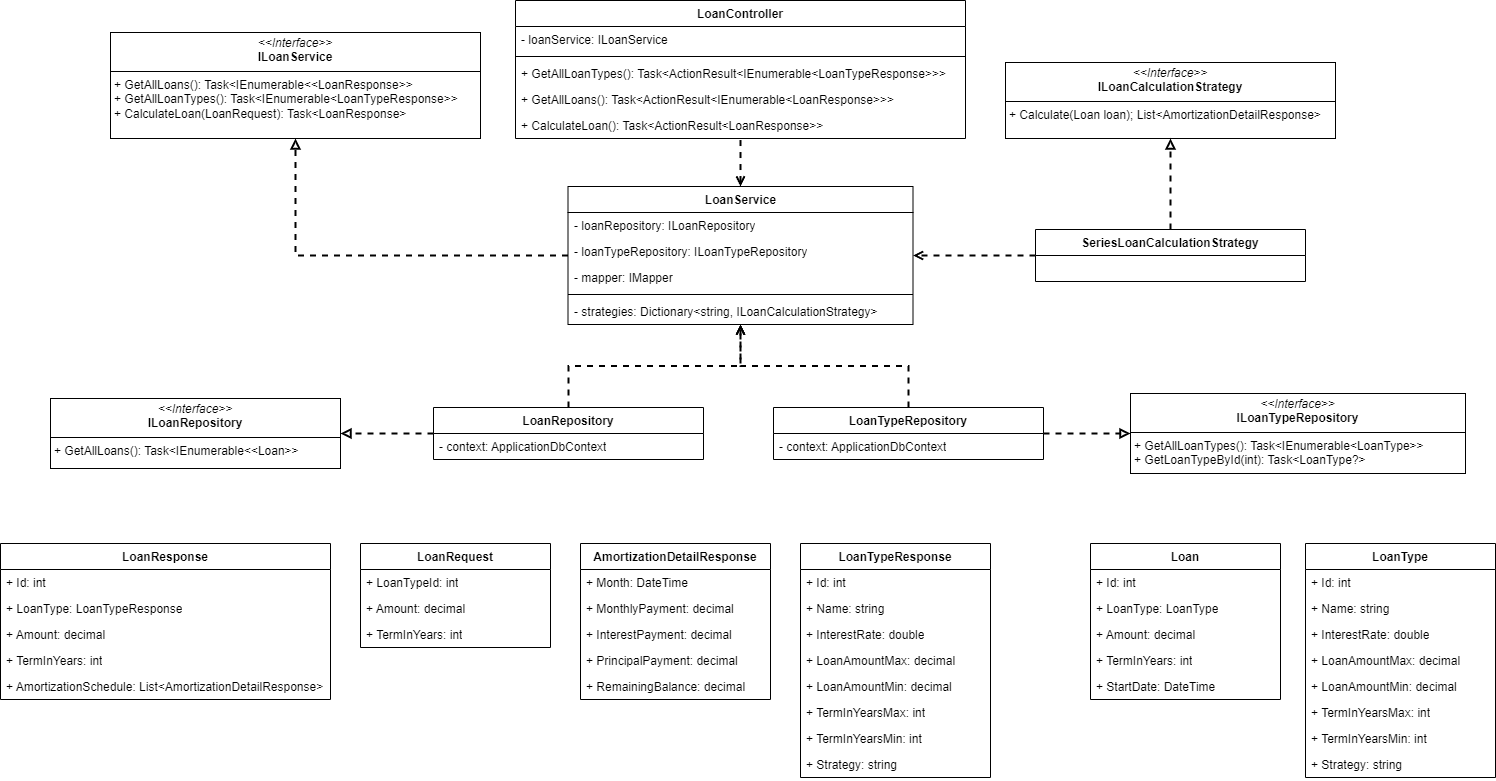
Before: images/API-layers.png, a diagram exported from draw.io (1tobyloby1/aritma_task). Source tidied: cells renumbered, new cells last; positions are measured from the earlier drawing's top-left corner, leaving out a move shared by most shapes.
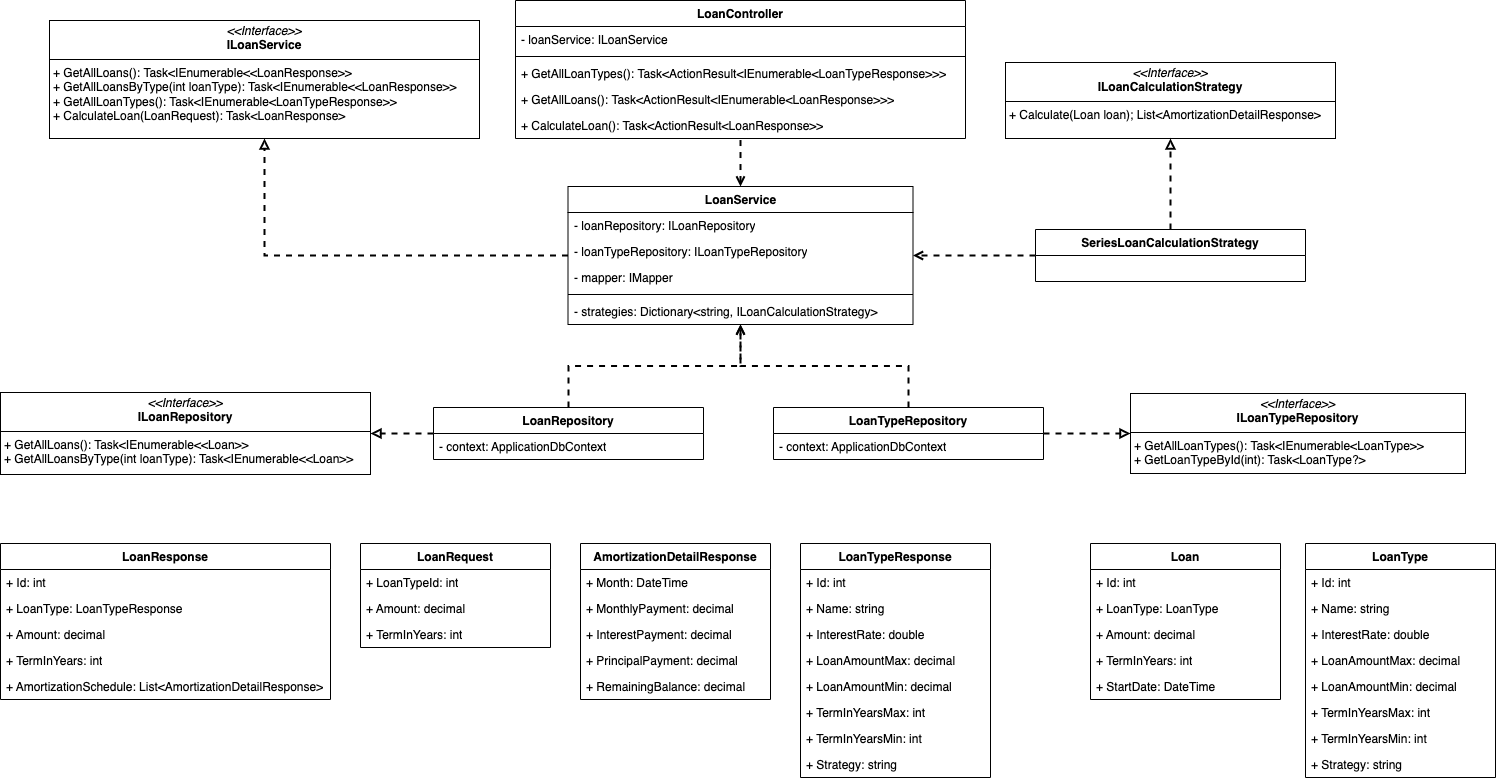
Later version of the same file.

Commit message:
Added loanType query filtering

Diff of the diagram source:
```diff
@@ -71,11 +71,11 @@
     <mxCell id="24" value="- context: ApplicationDbContext" style="text;strokeColor=none;fillColor=none;align=left;verticalAlign=top;spacingLeft=4;spacingRight=4;overflow=hidden;whiteSpace=wrap;html=1;" parent="23" vertex="1">
       <mxGeometry y="26" width="270" height="26" as="geometry" />
     </mxCell>
-    <mxCell id="25" value="&lt;p style=&quot;margin:0px;margin-top:4px;text-align:center;&quot;&gt;&lt;i&gt;&amp;lt;&amp;lt;Interface&amp;gt;&amp;gt;&lt;/i&gt;&lt;br&gt;&lt;span style=&quot;font-weight: 700;&quot;&gt;ILoanRepository&lt;/span&gt;&lt;br&gt;&lt;/p&gt;&lt;hr size=&quot;1&quot; style=&quot;border-style:solid;&quot;&gt;&lt;p style=&quot;margin:0px;margin-left:4px;&quot;&gt;&lt;/p&gt;&lt;p style=&quot;margin:0px;margin-left:4px;&quot;&gt;+ GetAllLoans(): Task&amp;lt;IEnumerable&amp;lt;&amp;lt;Loan&amp;gt;&amp;gt;&lt;br&gt;&lt;/p&gt;" style="verticalAlign=top;align=left;overflow=fill;html=1;whiteSpace=wrap;" parent="1" vertex="1">
-      <mxGeometry x="50" y="398" width="290" height="70" as="geometry" />
+    <mxCell id="25" value="&lt;p style=&quot;margin:0px;margin-top:4px;text-align:center;&quot;&gt;&lt;i&gt;&amp;lt;&amp;lt;Interface&amp;gt;&amp;gt;&lt;/i&gt;&lt;br&gt;&lt;span style=&quot;font-weight: 700;&quot;&gt;ILoanRepository&lt;/span&gt;&lt;br&gt;&lt;/p&gt;&lt;hr size=&quot;1&quot; style=&quot;border-style:solid;&quot;&gt;&lt;p style=&quot;margin:0px;margin-left:4px;&quot;&gt;&lt;/p&gt;&lt;p style=&quot;margin:0px;margin-left:4px;&quot;&gt;+ GetAllLoans(): Task&amp;lt;IEnumerable&amp;lt;&amp;lt;Loan&amp;gt;&amp;gt;&lt;/p&gt;&lt;p style=&quot;margin: 0px 0px 0px 4px;&quot;&gt;+ GetAllLoansByType(int loanType): Task&amp;lt;IEnumerable&amp;lt;&amp;lt;Loan&amp;gt;&amp;gt;&lt;/p&gt;" style="verticalAlign=top;align=left;overflow=fill;html=1;whiteSpace=wrap;" parent="1" vertex="1">
+      <mxGeometry y="392" width="370" height="82" as="geometry" />
     </mxCell>
-    <mxCell id="26" value="&lt;p style=&quot;margin:0px;margin-top:4px;text-align:center;&quot;&gt;&lt;i&gt;&amp;lt;&amp;lt;Interface&amp;gt;&amp;gt;&lt;/i&gt;&lt;br&gt;&lt;b&gt;ILoanService&lt;/b&gt;&lt;br&gt;&lt;/p&gt;&lt;hr size=&quot;1&quot; style=&quot;border-style:solid;&quot;&gt;&lt;p style=&quot;margin:0px;margin-left:4px;&quot;&gt;&lt;/p&gt;&lt;p style=&quot;margin:0px;margin-left:4px;&quot;&gt;+ GetAllLoans():&amp;nbsp;Task&amp;lt;IEnumerable&amp;lt;&amp;lt;LoanResponse&amp;gt;&amp;gt;&lt;br&gt;&lt;/p&gt;&lt;p style=&quot;margin: 0px 0px 0px 4px;&quot;&gt;+ GetAllLoanTypes(): Task&amp;lt;IEnumerable&amp;lt;LoanTypeResponse&amp;gt;&amp;gt;&lt;br&gt;&lt;/p&gt;&lt;p style=&quot;margin: 0px 0px 0px 4px;&quot;&gt;+ CalculateLoan(LoanRequest): Task&amp;lt;LoanResponse&amp;gt;&lt;/p&gt;" style="verticalAlign=top;align=left;overflow=fill;html=1;whiteSpace=wrap;" parent="1" vertex="1">
-      <mxGeometry x="110" y="32" width="370" height="106" as="geometry" />
+    <mxCell id="26" value="&lt;p style=&quot;margin:0px;margin-top:4px;text-align:center;&quot;&gt;&lt;i&gt;&amp;lt;&amp;lt;Interface&amp;gt;&amp;gt;&lt;/i&gt;&lt;br&gt;&lt;b&gt;ILoanService&lt;/b&gt;&lt;br&gt;&lt;/p&gt;&lt;hr size=&quot;1&quot; style=&quot;border-style:solid;&quot;&gt;&lt;p style=&quot;margin:0px;margin-left:4px;&quot;&gt;&lt;/p&gt;&lt;p style=&quot;margin:0px;margin-left:4px;&quot;&gt;+ GetAllLoans():&amp;nbsp;Task&amp;lt;IEnumerable&amp;lt;&amp;lt;LoanResponse&amp;gt;&amp;gt;&lt;br&gt;&lt;/p&gt;&lt;p style=&quot;margin: 0px 0px 0px 4px;&quot;&gt;+ GetAllLoansByType(int loanType):&amp;nbsp;Task&amp;lt;IEnumerable&amp;lt;&amp;lt;LoanResponse&amp;gt;&amp;gt;&lt;/p&gt;&lt;p style=&quot;margin: 0px 0px 0px 4px;&quot;&gt;+ GetAllLoanTypes(): Task&amp;lt;IEnumerable&amp;lt;LoanTypeResponse&amp;gt;&amp;gt;&lt;br&gt;&lt;/p&gt;&lt;p style=&quot;margin: 0px 0px 0px 4px;&quot;&gt;+ CalculateLoan(LoanRequest): Task&amp;lt;LoanResponse&amp;gt;&lt;/p&gt;" style="verticalAlign=top;align=left;overflow=fill;html=1;whiteSpace=wrap;" parent="1" vertex="1">
+      <mxGeometry x="49" y="20" width="430" height="118" as="geometry" />
     </mxCell>
     <mxCell id="27" value="LoanTypeResponse" style="swimlane;fontStyle=1;align=center;verticalAlign=top;horizontal=1;startSize=26;whiteSpace=wrap;html=1;" parent="1" vertex="1">
       <mxGeometry x="800" y="543" width="190" height="234" as="geometry" />
```
